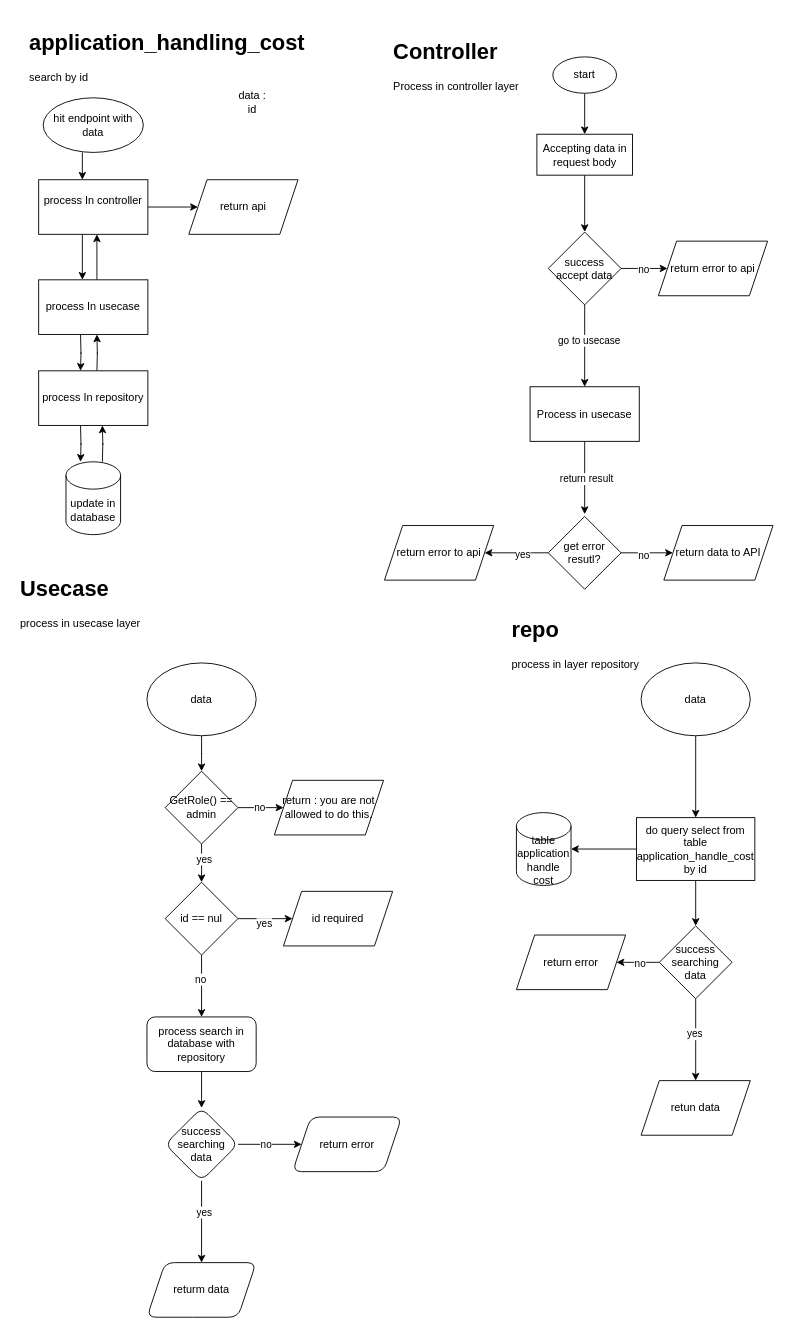
MasEBTa/drawio keeps this draw.io diagram as page "search by id" (2 of 5) of loan interest.drawio. Above is the earlier version. Source tidied: cells renumbered, new cells numbered last; positions are measured from the earlier drawing's top-left corner, leaving out a move shared by most shapes. Both pictures are drawn from the tidied source at 91%, with x=0, y=0 at pixel (15, 25).
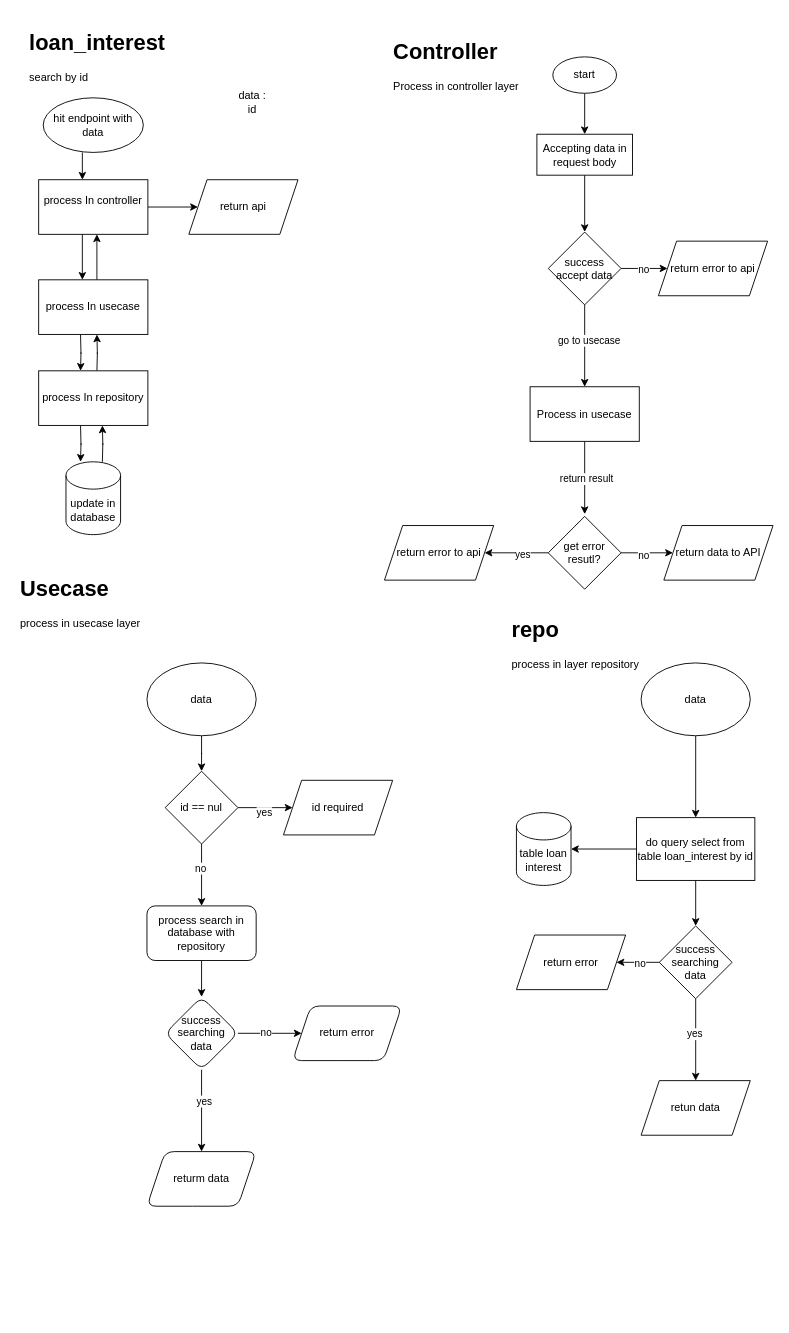
The same diagram, later.

Unchanged cells that the change refers to:
```xml
<mxCell id="53" value="data" style="ellipse;whiteSpace=wrap;html=1;" parent="1" vertex="1">
  <mxGeometry x="144" y="701" width="120" height="80" as="geometry" />
</mxCell>
```

The edit, as a diff of the source:
```diff
@@
-    <mxCell id="2" value="&lt;h1&gt;application_handling_cost&lt;/h1&gt;&lt;div&gt;search by id&lt;/div&gt;" style="text;html=1;strokeColor=none;fillColor=none;spacing=5;spacingTop=-20;whiteSpace=wrap;overflow=hidden;rounded=0;" parent="1" vertex="1">
+    <mxCell id="2" value="&lt;h1&gt;loan_interest&lt;/h1&gt;&lt;div&gt;search by id&lt;/div&gt;" style="text;html=1;strokeColor=none;fillColor=none;spacing=5;spacingTop=-20;whiteSpace=wrap;overflow=hidden;rounded=0;" parent="1" vertex="1">
       <mxGeometry x="10" width="330" height="80" as="geometry" />
     </mxCell>
@@
-    <mxCell id="40" style="edgeStyle=orthogonalEdgeStyle;rounded=0;jettySize=auto;html=1;" parent="1" edge="1" source="42" target="50">
-      <mxGeometry relative="1" as="geometry" />
-    </mxCell>
-    <mxCell id="41" value="no" style="edgeLabel;html=1;align=center;verticalAlign=middle;" parent="40" vertex="1">
-      <mxGeometry x="-0.08" y="1" relative="1" as="geometry" />
-    </mxCell>
-    <mxCell id="42" value="GetRole() == admin" style="rhombus;whiteSpace=wrap;html=1;" parent="1" vertex="1">
-      <mxGeometry x="164" y="820" width="80" height="80" as="geometry" />
-    </mxCell>
-    <mxCell id="43" style="edgeStyle=orthogonalEdgeStyle;rounded=0;jettySize=auto;html=1;exitX=0.5;exitY=1;exitDx=0;exitDy=0;" parent="1" edge="1" source="42" target="49">
-      <mxGeometry relative="1" as="geometry" />
-    </mxCell>
-    <mxCell id="44" value="yes" style="edgeLabel;html=1;align=center;verticalAlign=middle;" parent="43" vertex="1">
-      <mxGeometry x="-0.24" y="2" relative="1" as="geometry" />
-    </mxCell>
     <mxCell id="45" style="edgeStyle=orthogonalEdgeStyle;rounded=0;jettySize=auto;html=1;" parent="1" edge="1" source="49">
       <mxGeometry relative="1" as="geometry">
-        <mxPoint x="304" y="982" as="targetPoint" />
+        <mxPoint x="304" y="860" as="targetPoint" />
       </mxGeometry>
     </mxCell>
@@
     <mxCell id="49" value="id == nul" style="rhombus;whiteSpace=wrap;html=1;" parent="1" vertex="1">
-      <mxGeometry x="164" y="942" width="80" height="80" as="geometry" />
+      <mxGeometry x="164" y="820" width="80" height="80" as="geometry" />
     </mxCell>
-    <mxCell id="50" value="return : you are not allowed to do this." style="shape=parallelogram;perimeter=parallelogramPerimeter;whiteSpace=wrap;html=1;fixedSize=1;" parent="1" vertex="1">
-      <mxGeometry x="284" y="830" width="120" height="60" as="geometry" />
-    </mxCell>
     <mxCell id="51" value="id required" style="shape=parallelogram;perimeter=parallelogramPerimeter;whiteSpace=wrap;html=1;fixedSize=1;" parent="1" vertex="1">
-      <mxGeometry x="294" y="952" width="120" height="60" as="geometry" />
+      <mxGeometry x="294" y="830" width="120" height="60" as="geometry" />
     </mxCell>
-    <mxCell id="52" style="edgeStyle=orthogonalEdgeStyle;rounded=0;jettySize=auto;html=1;" parent="1" edge="1" source="53" target="42">
-      <mxGeometry relative="1" as="geometry" />
-    </mxCell>
+    <mxCell id="77" style="edgeStyle=orthogonalEdgeStyle;rounded=0;jettySize=auto;html=1;" parent="1" edge="1" source="53" target="49">
+      <mxGeometry relative="1" as="geometry" />
+    </mxCell>
@@
     <mxCell id="55" value="process search in database with repository" style="rounded=1;whiteSpace=wrap;html=1;" parent="1" vertex="1">
-      <mxGeometry x="144" y="1090" width="120" height="60" as="geometry" />
+      <mxGeometry x="144" y="968" width="120" height="60" as="geometry" />
     </mxCell>
@@
     <mxCell id="60" value="success searching data" style="rhombus;whiteSpace=wrap;html=1;rounded=1;" parent="1" vertex="1">
-      <mxGeometry x="164" y="1190" width="80" height="80" as="geometry" />
+      <mxGeometry x="164" y="1068" width="80" height="80" as="geometry" />
     </mxCell>
     <mxCell id="61" value="return error" style="shape=parallelogram;perimeter=parallelogramPerimeter;whiteSpace=wrap;html=1;fixedSize=1;rounded=1;" parent="1" vertex="1">
-      <mxGeometry x="304" y="1200" width="120" height="60" as="geometry" />
+      <mxGeometry x="304" y="1078" width="120" height="60" as="geometry" />
     </mxCell>
     <mxCell id="62" value="returm data" style="shape=parallelogram;perimeter=parallelogramPerimeter;whiteSpace=wrap;html=1;fixedSize=1;rounded=1;" parent="1" vertex="1">
-      <mxGeometry x="144" y="1360" width="120" height="60" as="geometry" />
+      <mxGeometry x="144" y="1238" width="120" height="60" as="geometry" />
     </mxCell>
@@
-    <mxCell id="68" value="do query select from table application_handle_cost by id" style="whiteSpace=wrap;html=1;" parent="1" vertex="1">
+    <mxCell id="68" value="do query select from table loan_interest by id" style="whiteSpace=wrap;html=1;" parent="1" vertex="1">
       <mxGeometry x="682" y="871" width="130" height="69" as="geometry" />
     </mxCell>
-    <mxCell id="69" value="table application handle cost" style="shape=cylinder3;whiteSpace=wrap;html=1;boundedLbl=1;backgroundOutline=1;size=15;" parent="1" vertex="1">
+    <mxCell id="69" value="table loan interest" style="shape=cylinder3;whiteSpace=wrap;html=1;boundedLbl=1;backgroundOutline=1;size=15;" parent="1" vertex="1">
       <mxGeometry x="550" y="865.5" width="60" height="80" as="geometry" />
     </mxCell>
```
